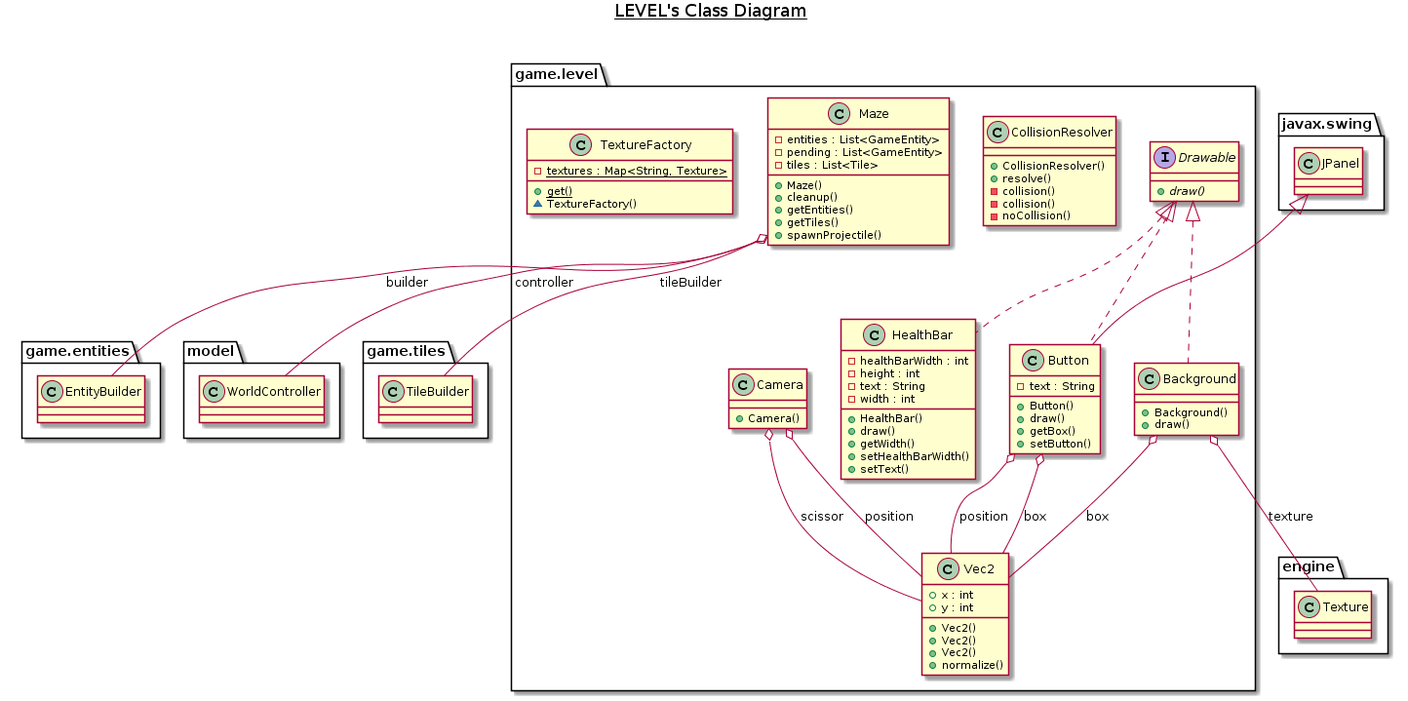
This is specs/game_level_package_class_diagram.png from Bert54/ACL_2019_TP11_GROUPE3, a PlantUML export, as it was before one commit.
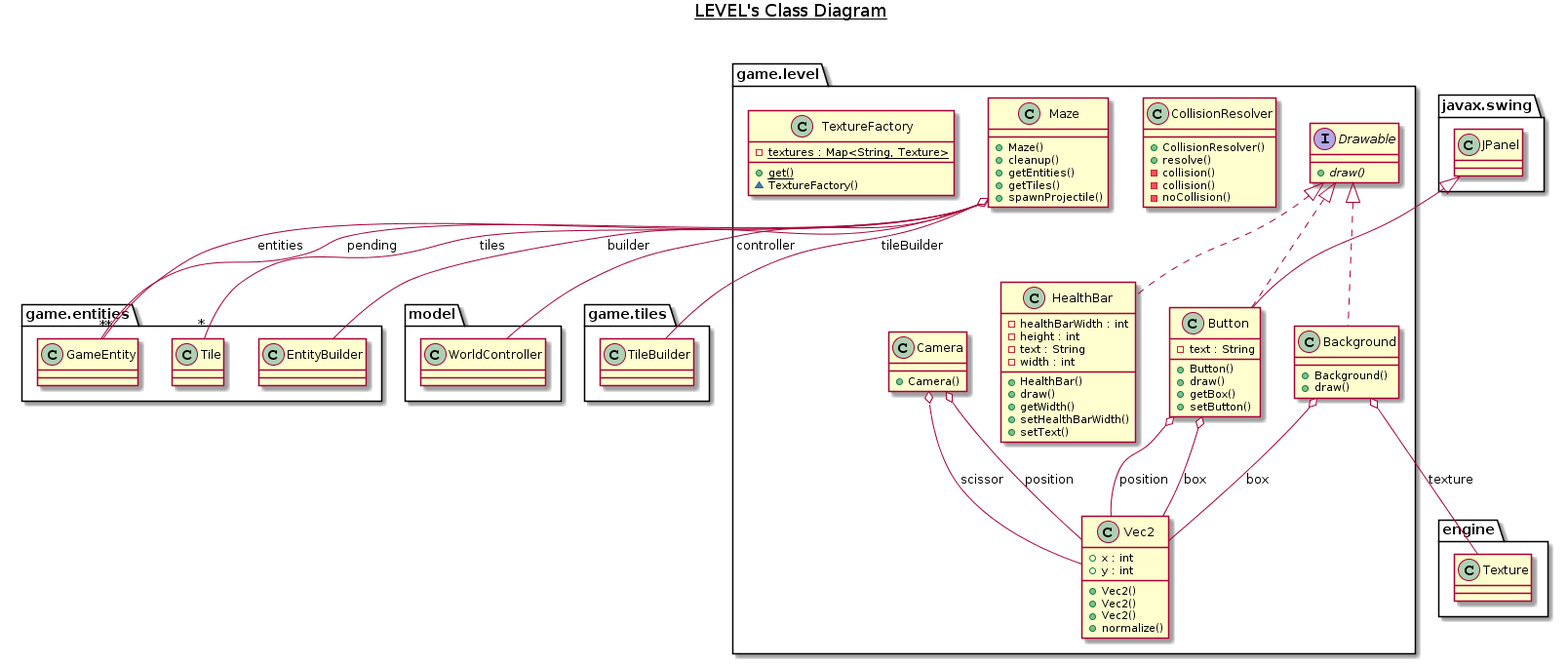
After the change.

Change to the diagram source:
```diff
@@ -62,9 +62,6 @@
 
   namespace game.level {
     class game.level.Maze {
-        - entities : List<GameEntity>
-        - pending : List<GameEntity>
-        - tiles : List<Tile>
         + Maze()
         + cleanup()
         + getEntities()
@@ -105,6 +102,9 @@
   game.level.Camera o-- game.level.Vec2 : position
   game.level.Camera o-- game.level.Vec2 : scissor
   game.level.HealthBar .up.|> game.level.Drawable
+  game.level.Maze --"*" game.entities.GameEntity : entities
+  game.level.Maze --"*" game.entities.GameEntity : pending
+  game.level.Maze --"*" game.entities.Tile : tiles
   game.level.Maze o-- game.entities.EntityBuilder : builder
   game.level.Maze o-- model.WorldController : controller
   game.level.Maze o-- game.tiles.TileBuilder : tileBuilder
```
